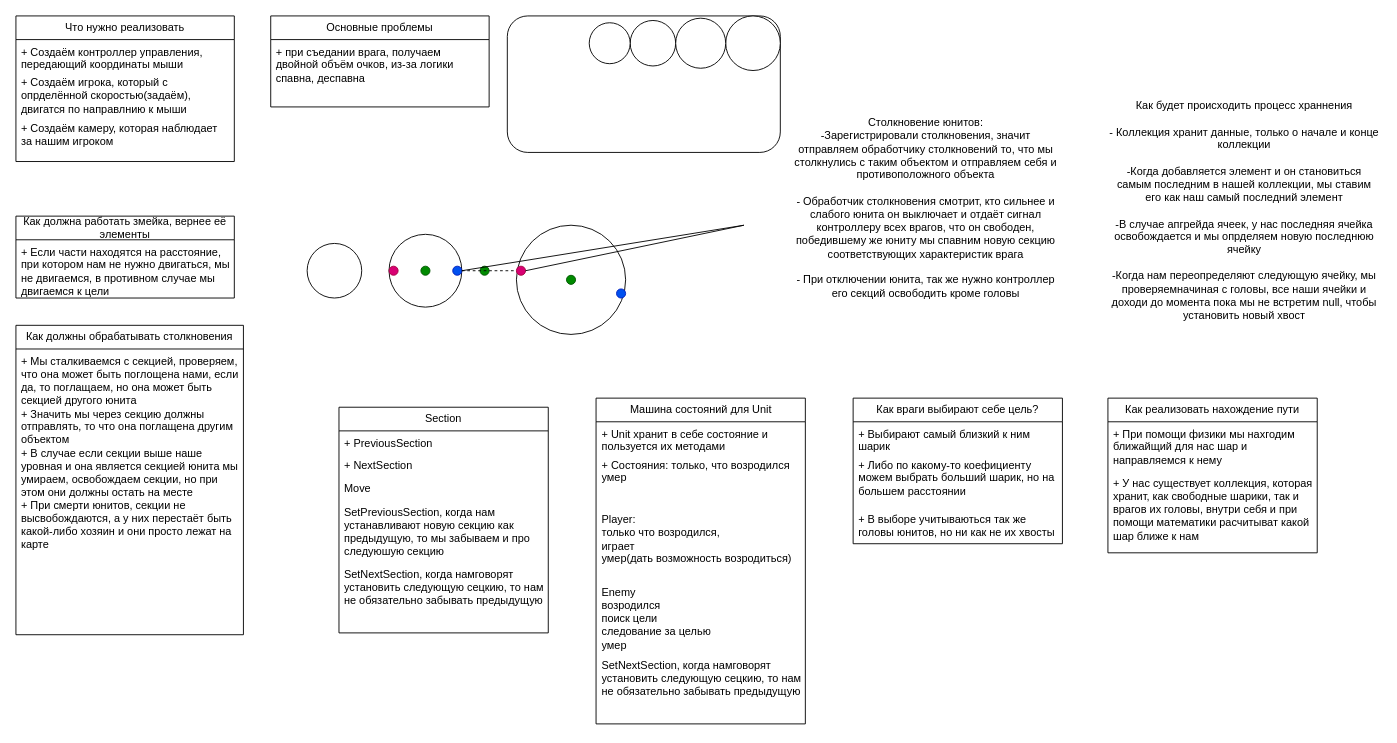
Bablakov/SnakeIOWithBall2048 keeps this draw.io diagram as SnakeIOWithBall2048.drawio. Above is the earlier version. Source tidied: cells renumbered, new cells numbered last; positions are measured from the earlier drawing's top-left corner, leaving out a move shared by most shapes. Both pictures are drawn from the tidied source at 91%, with x=0, y=0 at pixel (15, 15).
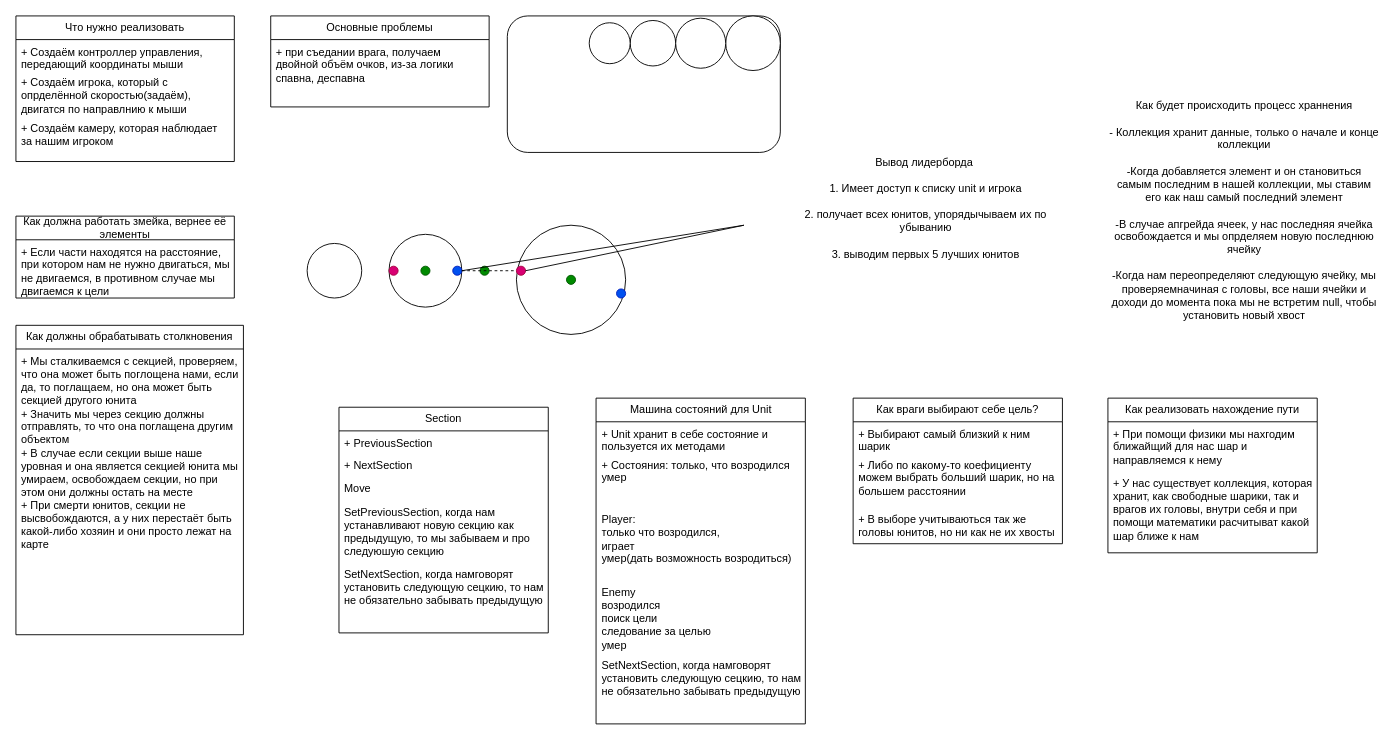
The same page after the edit.

The edit, as a diff of the source:
```diff
@@
-    <mxCell id="36" value="Столкновение юнитов:&lt;div&gt;-Зарегистрировали столкновения, значит отправляем обработчику столкновений то, что мы столкнулись с таким объектом и отправляем себя и противоположного объекта&lt;/div&gt;&lt;div&gt;&lt;br&gt;&lt;/div&gt;&lt;div&gt;- Обработчик столкновения смотрит, кто сильнее и слабого юнита он выключает и отдаёт сигнал контроллеру всех врагов, что он свободен, победившему же юниту мы спавним новую секцию соответствующих характеристик врага&lt;/div&gt;&lt;div&gt;&lt;br&gt;&lt;/div&gt;&lt;div&gt;- При отключении юнита, так же нужно контроллер его секций освободить кроме головы&lt;/div&gt;" style="text;html=1;align=center;verticalAlign=middle;whiteSpace=wrap;rounded=0;" parent="1" vertex="1">
+    <mxCell id="36" value="Вывод лидерборда&amp;nbsp;&lt;div&gt;&lt;br&gt;&lt;/div&gt;&lt;div&gt;1. Имеет доступ к списку unit и игрока&lt;/div&gt;&lt;div&gt;&lt;br&gt;&lt;/div&gt;&lt;div&gt;2. получает всех юнитов, упорядычываем их по убыванию&lt;/div&gt;&lt;div&gt;&lt;br&gt;&lt;/div&gt;&lt;div&gt;3. выводим первых 5 лучших юнитов&lt;/div&gt;" style="text;html=1;align=center;verticalAlign=middle;whiteSpace=wrap;rounded=0;" parent="1" vertex="1">
       <mxGeometry x="850" y="2.5" width="300" height="417.5" as="geometry" />
     </mxCell>
```
